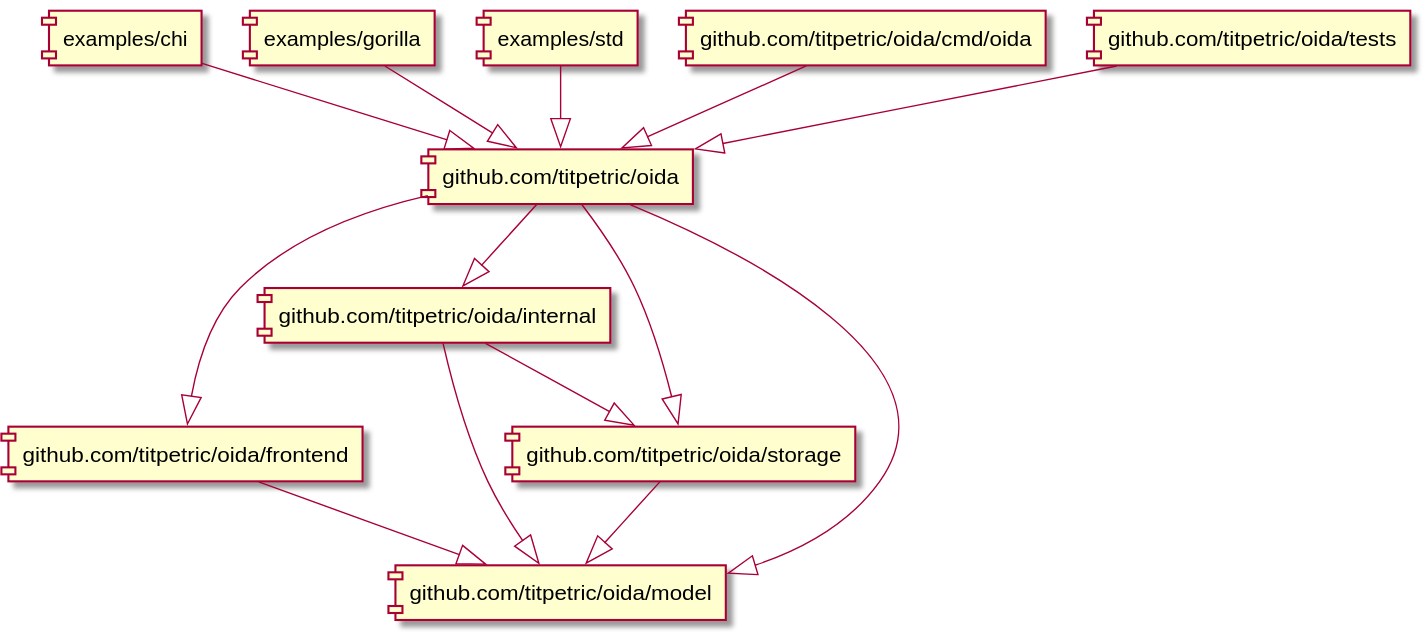
Before: docs/assets/imports.svg, a diagram exported from PlantUML (titpetric/oida).
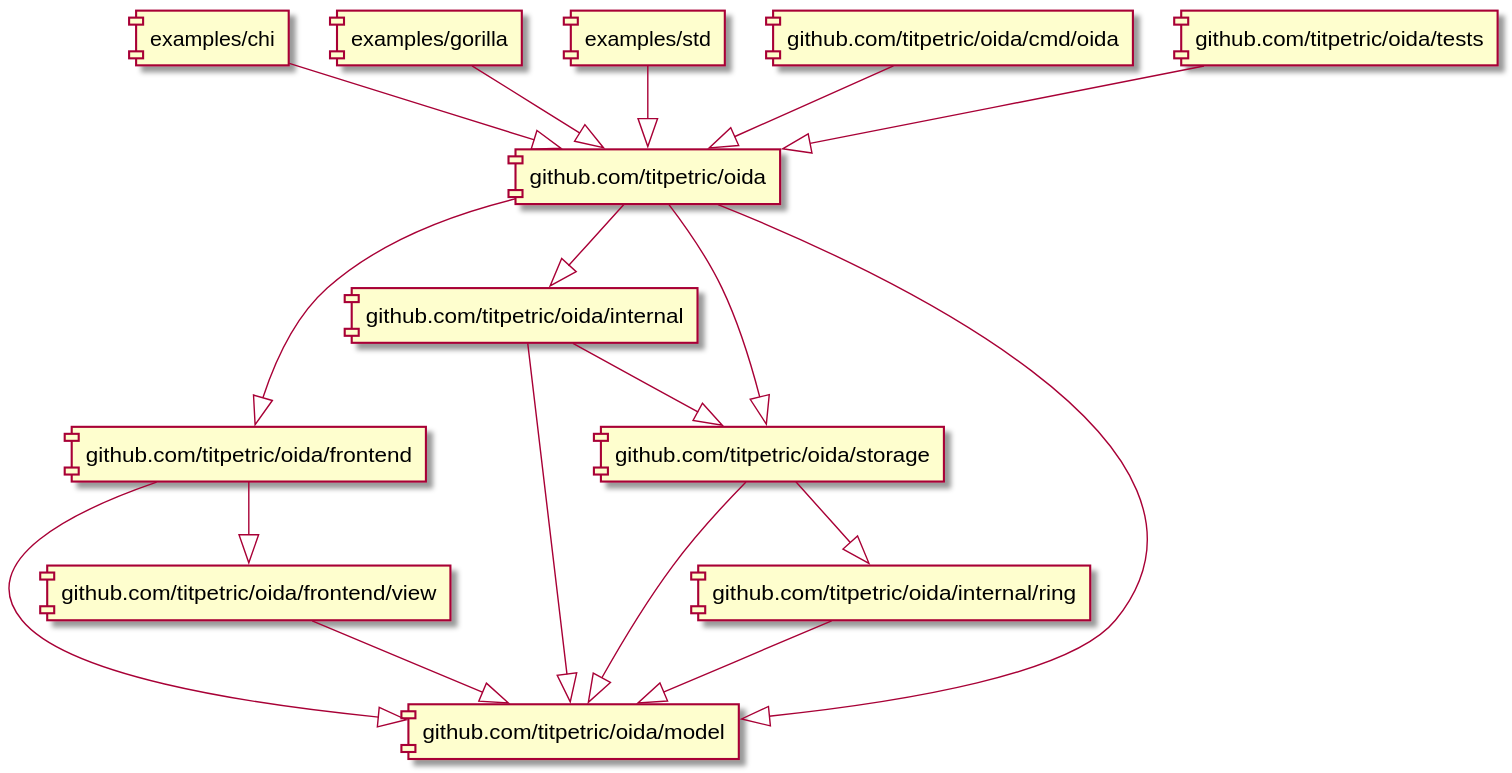
Later version of the same file.

What changed in the source:
```diff
@@ -7,9 +7,13 @@
 [github.com/titpetric/oida] --|> [github.com/titpetric/oida/model]
 [github.com/titpetric/oida] --|> [github.com/titpetric/oida/storage]
 [github.com/titpetric/oida/cmd/oida] --|> [github.com/titpetric/oida]
+[github.com/titpetric/oida/frontend] --|> [github.com/titpetric/oida/frontend/view]
 [github.com/titpetric/oida/frontend] --|> [github.com/titpetric/oida/model]
+[github.com/titpetric/oida/frontend/view] --|> [github.com/titpetric/oida/model]
 [github.com/titpetric/oida/internal] --|> [github.com/titpetric/oida/model]
 [github.com/titpetric/oida/internal] --|> [github.com/titpetric/oida/storage]
+[github.com/titpetric/oida/internal/ring] --|> [github.com/titpetric/oida/model]
+[github.com/titpetric/oida/storage] --|> [github.com/titpetric/oida/internal/ring]
 [github.com/titpetric/oida/storage] --|> [github.com/titpetric/oida/model]
 [github.com/titpetric/oida/tests] --|> [github.com/titpetric/oida]
 @enduml
```
